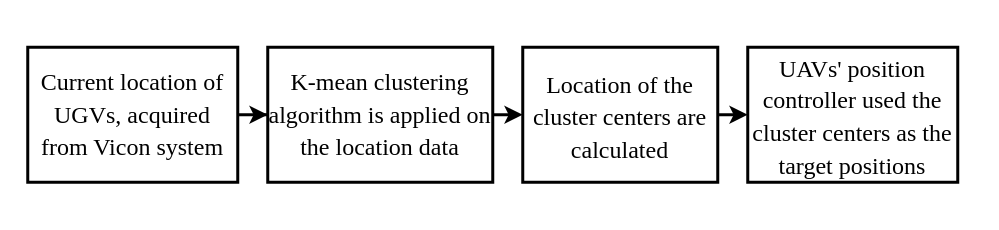
The draw.io diagram block_diagram_of_path_planning.drawio in mrinmoysarkar/draw_io_projects, before the edit. Source tidied: cells renumbered, new cells numbered last; positions are measured from the earlier drawing's top-left corner, leaving out a move shared by most shapes. Both pictures are drawn from the tidied source at 150%, with x=0, y=0 at pixel (27, 46).
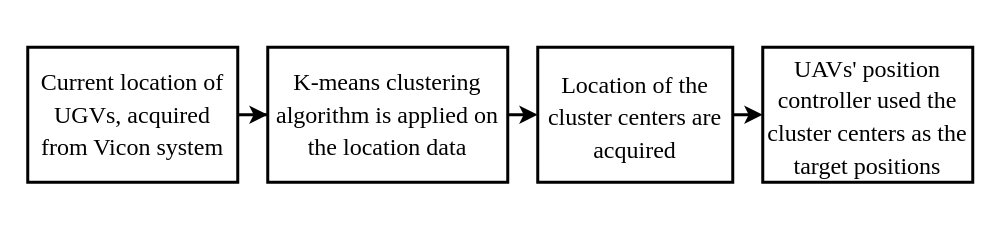
The same page after the edit.

Commit message (it also covers changes not shown here):
path planning block diagram is changed

The edit, as a diff of the source:
```diff
@@
 <mxGraphModel>
   <root>
     <mxCell id="0" />
     <mxCell id="1" parent="0" />
     <mxCell id="2" style="edgeStyle=orthogonalEdgeStyle;rounded=0;jettySize=auto;html=1;exitX=1;exitY=0.5;exitDx=0;exitDy=0;strokeWidth=2;" parent="1" edge="1" source="3" target="5">
       <mxGeometry relative="1" as="geometry" />
     </mxCell>
     <mxCell id="3" value="&lt;h2&gt;&lt;font face=&quot;Times New Roman&quot; style=&quot;font-weight: normal ; font-size: 16px&quot;&gt;Current location of UGVs, acquired from Vicon system&lt;/font&gt;&lt;/h2&gt;" style="rounded=0;whiteSpace=wrap;html=1;strokeWidth=2;" parent="1" vertex="1">
       <mxGeometry width="140" height="90" as="geometry" />
     </mxCell>
     <mxCell id="4" style="edgeStyle=orthogonalEdgeStyle;rounded=0;jettySize=auto;html=1;exitX=1;exitY=0.5;exitDx=0;exitDy=0;entryX=0;entryY=0.5;entryDx=0;entryDy=0;strokeWidth=2;" parent="1" edge="1" source="5" target="7">
       <mxGeometry relative="1" as="geometry" />
     </mxCell>
-    <mxCell id="5" value="&lt;h2&gt;&lt;/h2&gt;&lt;h2&gt;&lt;font face=&quot;Times New Roman&quot; style=&quot;font-weight: normal ; font-size: 16px&quot;&gt;K-mean clustering algorithm is applied on the location data&lt;/font&gt;&lt;/h2&gt;" style="rounded=0;whiteSpace=wrap;html=1;strokeWidth=2;" parent="1" vertex="1">
-      <mxGeometry x="160" width="150" height="90" as="geometry" />
+    <mxCell id="5" value="&lt;h2&gt;&lt;/h2&gt;&lt;h2&gt;&lt;font face=&quot;Times New Roman&quot; style=&quot;font-weight: normal ; font-size: 16px&quot;&gt;K-means clustering algorithm is applied on the location data&lt;/font&gt;&lt;/h2&gt;" style="rounded=0;whiteSpace=wrap;html=1;strokeWidth=2;" parent="1" vertex="1">
+      <mxGeometry x="160" width="160" height="90" as="geometry" />
     </mxCell>
     <mxCell id="6" style="edgeStyle=orthogonalEdgeStyle;rounded=0;jettySize=auto;html=1;exitX=1;exitY=0.5;exitDx=0;exitDy=0;entryX=0;entryY=0.5;entryDx=0;entryDy=0;strokeWidth=2;" parent="1" edge="1" source="7" target="8">
       <mxGeometry relative="1" as="geometry" />
     </mxCell>
-    <mxCell id="7" value="&lt;h2&gt;&lt;p align=&quot;center&quot;&gt;&lt;/p&gt;&lt;/h2&gt;&lt;h2&gt;&lt;span style=&quot;font-weight: normal&quot;&gt;&lt;font face=&quot;Times New Roman&quot; style=&quot;font-size: 16px&quot;&gt;Location of the cluster centers are calculated&lt;/font&gt;&lt;/span&gt;&lt;/h2&gt;" style="rounded=0;whiteSpace=wrap;html=1;strokeWidth=2;" parent="1" vertex="1">
-      <mxGeometry x="330" width="130" height="90" as="geometry" />
+    <mxCell id="7" value="&lt;h2&gt;&lt;p align=&quot;center&quot;&gt;&lt;/p&gt;&lt;/h2&gt;&lt;h2&gt;&lt;span style=&quot;font-weight: normal&quot;&gt;&lt;font face=&quot;Times New Roman&quot; style=&quot;font-size: 16px&quot;&gt;Location of the cluster centers are acquired&lt;/font&gt;&lt;/span&gt;&lt;/h2&gt;" style="rounded=0;whiteSpace=wrap;html=1;strokeWidth=2;" parent="1" vertex="1">
+      <mxGeometry x="340" width="130" height="90" as="geometry" />
     </mxCell>
     <mxCell id="8" value="&lt;h2&gt;&lt;p align=&quot;center&quot;&gt;&lt;/p&gt;&lt;/h2&gt;&lt;h2&gt;&lt;span style=&quot;font-weight: normal&quot;&gt;&lt;font face=&quot;Times New Roman&quot; style=&quot;font-size: 16px&quot;&gt;UAVs' position controller used the cluster centers as the target positions&lt;/font&gt;&lt;/span&gt;&lt;/h2&gt;" style="rounded=0;whiteSpace=wrap;html=1;strokeWidth=2;" parent="1" vertex="1">
-      <mxGeometry x="480" width="140" height="90" as="geometry" />
+      <mxGeometry x="490" width="140" height="90" as="geometry" />
     </mxCell>
   </root>
 </mxGraphModel>
```
